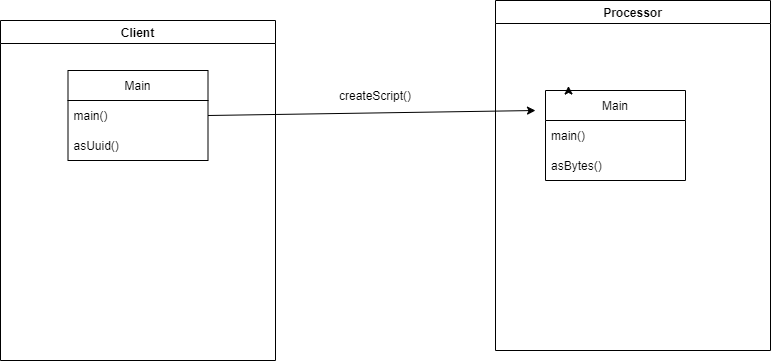
danierodrigues/Sistemas-Distribuidos-Java keeps this draw.io diagram as architecture/sprint1.png. Above is the earlier version. Source tidied: cells renumbered, new cells last; positions are measured from the earlier drawing's top-left corner, leaving out a move shared by most shapes. Its diagram source:
```xml
<mxGraphModel>
  <root>
    <mxCell id="0" />
    <mxCell id="1" parent="0" />
    <mxCell id="2" value="Client" style="swimlane;fontColor=#000000;" parent="1" vertex="1">
      <mxGeometry y="20" width="275" height="340" as="geometry" />
    </mxCell>
    <mxCell id="3" value="Main" style="swimlane;fontStyle=0;horizontal=1;startSize=30;" parent="2" vertex="1">
      <mxGeometry x="67.5" y="50" width="140" height="90" as="geometry" />
    </mxCell>
    <mxCell id="4" value="main()   " style="text;strokeColor=none;fillColor=none;align=left;verticalAlign=middle;spacingLeft=4;spacingRight=4;overflow=hidden;points=[[0,0.5],[1,0.5]];portConstraint=eastwest;" parent="3" vertex="1">
      <mxGeometry y="30" width="140" height="30" as="geometry" />
    </mxCell>
    <mxCell id="5" value="asUuid()" style="text;strokeColor=none;fillColor=none;align=left;verticalAlign=middle;spacingLeft=4;spacingRight=4;overflow=hidden;" parent="3" vertex="1">
      <mxGeometry y="60" width="140" height="30" as="geometry" />
    </mxCell>
    <mxCell id="6" value="createScript()" style="text;html=1;strokeColor=none;fillColor=none;align=center;verticalAlign=middle;whiteSpace=wrap;rounded=0;fontColor=#000000;rotation=0;" parent="1" vertex="1">
      <mxGeometry x="345" y="80" width="60" height="30" as="geometry" />
    </mxCell>
    <mxCell id="7" style="endArrow=classic;html=1;rounded=0;fontColor=#000000;strokeColor=#000000;exitX=1;exitY=0.5;exitDx=0;exitDy=0;" parent="1" edge="1" source="4">
      <mxGeometry relative="1" as="geometry">
        <mxPoint x="535" y="110" as="targetPoint" />
      </mxGeometry>
    </mxCell>
    <mxCell id="8" value="Processor" style="swimlane;fontColor=#000000;" parent="1" vertex="1">
      <mxGeometry x="495" width="275" height="350" as="geometry" />
    </mxCell>
    <mxCell id="9" value="Main" style="swimlane;fontStyle=0;horizontal=1;startSize=30;" parent="8" vertex="1">
      <mxGeometry x="50" y="90" width="140" height="90" as="geometry" />
    </mxCell>
    <mxCell id="10" value="main()   " style="text;strokeColor=none;fillColor=none;align=left;verticalAlign=middle;spacingLeft=4;spacingRight=4;overflow=hidden;" parent="9" vertex="1">
      <mxGeometry y="30" width="140" height="30" as="geometry" />
    </mxCell>
    <mxCell id="11" value="asBytes()   " style="text;strokeColor=none;fillColor=none;align=left;verticalAlign=middle;spacingLeft=4;spacingRight=4;overflow=hidden;" parent="9" vertex="1">
      <mxGeometry y="60" width="140" height="30" as="geometry" />
    </mxCell>
    <mxCell id="12" style="edgeStyle=orthogonalEdgeStyle;rounded=0;orthogonalLoop=1;jettySize=auto;html=1;exitX=0.25;exitY=0;exitDx=0;exitDy=0;entryX=0.164;entryY=-0.05;entryDx=0;entryDy=0;entryPerimeter=0;" parent="8" edge="1" source="9" target="9">
      <mxGeometry relative="1" as="geometry" />
    </mxCell>
  </root>
</mxGraphModel>
```
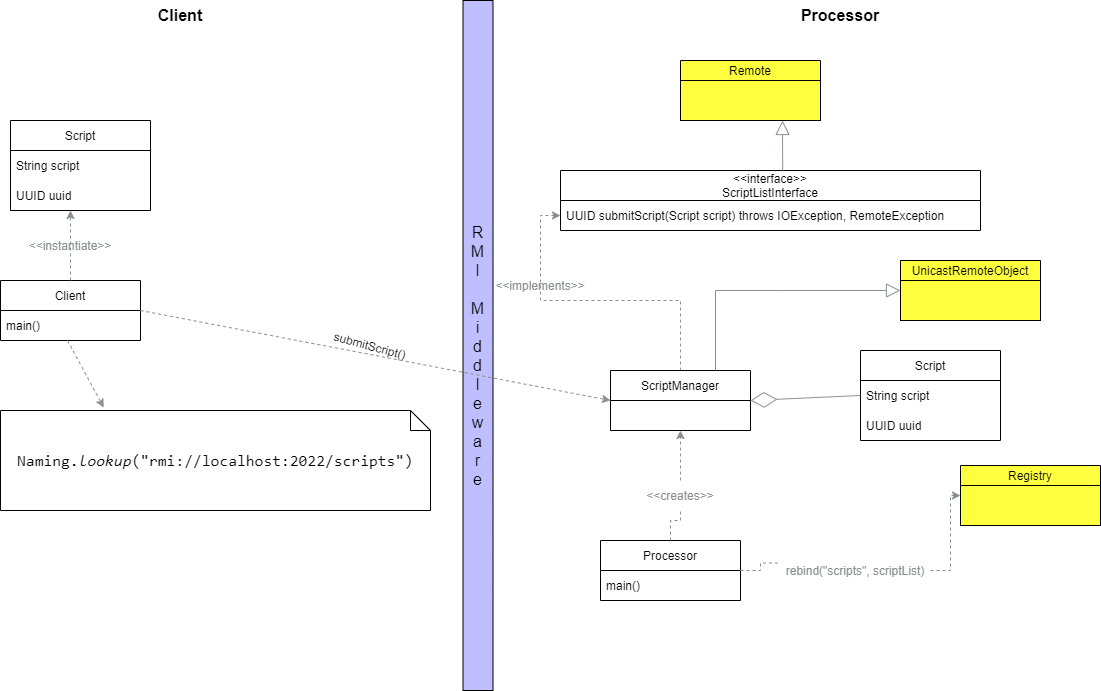
Above is the later version.

Commit message:
Changed client and processor to RMI

What changed in the source:
```diff
@@ -2,40 +2,141 @@
   <root>
     <mxCell id="0" />
     <mxCell id="1" parent="0" />
-    <mxCell id="2" value="Client" style="swimlane;fontColor=#000000;" parent="1" vertex="1">
-      <mxGeometry y="20" width="275" height="340" as="geometry" />
-    </mxCell>
+    <mxCell id="6" value="submitScript()" style="text;html=1;strokeColor=none;fillColor=none;align=center;verticalAlign=middle;whiteSpace=wrap;rounded=0;fontColor=#000000;rotation=15;" parent="1" vertex="1">
+      <mxGeometry x="345" y="260" width="60" height="30" as="geometry" />
+    </mxCell>
-    <mxCell id="3" value="Main" style="swimlane;fontStyle=0;horizontal=1;startSize=30;" parent="2" vertex="1">
-      <mxGeometry x="67.5" y="50" width="140" height="90" as="geometry" />
+    <mxCell id="3" value="Client" style="swimlane;fontStyle=0;horizontal=1;startSize=30;" parent="1" vertex="1">
+      <mxGeometry x="5" y="210" width="140" height="60" as="geometry" />
     </mxCell>
     <mxCell id="4" value="main()   " style="text;strokeColor=none;fillColor=none;align=left;verticalAlign=middle;spacingLeft=4;spacingRight=4;overflow=hidden;points=[[0,0.5],[1,0.5]];portConstraint=eastwest;" parent="3" vertex="1">
       <mxGeometry y="30" width="140" height="30" as="geometry" />
     </mxCell>
-    <mxCell id="5" value="asUuid()" style="text;strokeColor=none;fillColor=none;align=left;verticalAlign=middle;spacingLeft=4;spacingRight=4;overflow=hidden;" parent="3" vertex="1">
-      <mxGeometry y="60" width="140" height="30" as="geometry" />
-    </mxCell>
-    <mxCell id="6" value="createScript()" style="text;html=1;strokeColor=none;fillColor=none;align=center;verticalAlign=middle;whiteSpace=wrap;rounded=0;fontColor=#000000;rotation=0;" parent="1" vertex="1">
-      <mxGeometry x="345" y="80" width="60" height="30" as="geometry" />
-    </mxCell>
-    <mxCell id="7" style="endArrow=classic;html=1;rounded=0;fontColor=#000000;strokeColor=#000000;exitX=1;exitY=0.5;exitDx=0;exitDy=0;" parent="1" edge="1" source="4">
-      <mxGeometry relative="1" as="geometry">
-        <mxPoint x="535" y="110" as="targetPoint" />
-      </mxGeometry>
-    </mxCell>
-    <mxCell id="8" value="Processor" style="swimlane;fontColor=#000000;" parent="1" vertex="1">
-      <mxGeometry x="495" width="275" height="350" as="geometry" />
-    </mxCell>
-    <mxCell id="9" value="Main" style="swimlane;fontStyle=0;horizontal=1;startSize=30;" parent="8" vertex="1">
-      <mxGeometry x="50" y="90" width="140" height="90" as="geometry" />
-    </mxCell>
+    <mxCell id="2" value="Client" style="text;html=1;strokeColor=none;fillColor=none;align=center;verticalAlign=middle;whiteSpace=wrap;rounded=0;fontColor=#000000;rotation=0;fontSize=16;fontStyle=1;" parent="1" vertex="1">
+      <mxGeometry x="155" y="-70" width="60" height="30" as="geometry" />
+    </mxCell>
+    <mxCell id="13" value="Processor" style="text;html=1;strokeColor=none;fillColor=none;align=center;verticalAlign=middle;whiteSpace=wrap;rounded=0;fontColor=#000000;rotation=0;fontSize=16;fontStyle=1;" parent="1" vertex="1">
+      <mxGeometry x="815" y="-70" width="60" height="30" as="geometry" />
+    </mxCell>
+    <mxCell id="14" style="endArrow=classic;html=1;rounded=0;dashed=1;fontColor=#8d9091;labelBackgroundColor=#8d9091;strokeColor=#8d9091;" parent="1" edge="1">
+      <mxGeometry relative="1" as="geometry">
+        <mxPoint x="75" y="210" as="sourcePoint" />
+        <mxPoint x="75" y="140" as="targetPoint" />
+      </mxGeometry>
+    </mxCell>
+    <mxCell id="15" value="&amp;lt;&amp;lt;instantiate&amp;gt;&amp;gt;" style="text;html=1;strokeColor=none;fillColor=none;align=center;verticalAlign=middle;whiteSpace=wrap;rounded=0;fontColor=#8d9091;" parent="1" vertex="1">
+      <mxGeometry x="45" y="160" width="60" height="30" as="geometry" />
+    </mxCell>
+    <mxCell id="16" value="Script" style="swimlane;fontStyle=0;horizontal=1;startSize=30;" parent="1" vertex="1">
+      <mxGeometry x="15" y="50" width="140" height="90" as="geometry" />
+    </mxCell>
+    <mxCell id="17" value="String script" style="text;strokeColor=none;fillColor=none;align=left;verticalAlign=middle;spacingLeft=4;spacingRight=4;overflow=hidden;" parent="16" vertex="1">
+      <mxGeometry y="30" width="140" height="30" as="geometry" />
+    </mxCell>
+    <mxCell id="18" value="UUID uuid" style="text;strokeColor=none;fillColor=none;align=left;verticalAlign=middle;spacingLeft=4;spacingRight=4;overflow=hidden;" parent="16" vertex="1">
+      <mxGeometry y="60" width="140" height="30" as="geometry" />
+    </mxCell>
+    <mxCell id="19" value="&lt;pre style=&quot;font-family: &amp;#34;jetbrains mono&amp;#34; , monospace&quot;&gt;&lt;span style=&quot;background-color: rgb(255 , 255 , 255)&quot;&gt;&lt;font color=&quot;#000000&quot;&gt;Naming.&lt;span style=&quot;font-style: italic&quot;&gt;lookup&lt;/span&gt;(&quot;rmi://localhost:2022/scripts&quot;)&lt;/font&gt;&lt;/span&gt;&lt;/pre&gt;" style="shape=note;size=20;whiteSpace=wrap;html=1;fontSize=16;fontColor=#8d9091;" parent="1" vertex="1">
+      <mxGeometry x="5" y="340" width="430" height="100" as="geometry" />
+    </mxCell>
+    <mxCell id="20" style="endArrow=classic;html=1;rounded=0;dashed=1;fontColor=#8d9091;labelBackgroundColor=#8d9091;strokeColor=#8d9091;entryX=0.24;entryY=-0.03;entryDx=0;entryDy=0;entryPerimeter=0;exitX=0.479;exitY=1;exitDx=0;exitDy=0;exitPerimeter=0;" parent="1" edge="1" source="4" target="19">
+      <mxGeometry relative="1" as="geometry" />
+    </mxCell>
+    <mxCell id="21" style="rounded=0;whiteSpace=wrap;html=1;labelBackgroundColor=#bfbfff;fontSize=16;fontColor=#000000;fillColor=#bfbfff;" parent="1" vertex="1">
+      <mxGeometry x="467.5" y="-70" width="30" height="690" as="geometry" />
+    </mxCell>
+    <mxCell id="22" value="R&lt;br&gt;M&lt;br&gt;I&lt;br&gt;&lt;br&gt;M&lt;br&gt;i&lt;br&gt;d&lt;br&gt;d&lt;br&gt;l&lt;br&gt;e&lt;br&gt;w&lt;br&gt;a&lt;br&gt;r&lt;br&gt;e" style="text;html=1;strokeColor=none;fillColor=none;align=center;verticalAlign=middle;whiteSpace=wrap;rounded=0;labelBackgroundColor=#bfbfff;fontSize=16;fontColor=#000000;" parent="1" vertex="1">
+      <mxGeometry x="475" y="150" width="15" height="270" as="geometry" />
+    </mxCell>
+    <mxCell id="23" value="Processor" style="swimlane;fontStyle=0;horizontal=1;startSize=30;" parent="1" vertex="1">
+      <mxGeometry x="605" y="470" width="140" height="60" as="geometry" />
+    </mxCell>
-    <mxCell id="10" value="main()   " style="text;strokeColor=none;fillColor=none;align=left;verticalAlign=middle;spacingLeft=4;spacingRight=4;overflow=hidden;" parent="9" vertex="1">
+    <mxCell id="10" value="main()   " style="text;strokeColor=none;fillColor=none;align=left;verticalAlign=middle;spacingLeft=4;spacingRight=4;overflow=hidden;" parent="23" vertex="1">
       <mxGeometry y="30" width="140" height="30" as="geometry" />
     </mxCell>
-    <mxCell id="11" value="asBytes()   " style="text;strokeColor=none;fillColor=none;align=left;verticalAlign=middle;spacingLeft=4;spacingRight=4;overflow=hidden;" parent="9" vertex="1">
-      <mxGeometry y="60" width="140" height="30" as="geometry" />
-    </mxCell>
-    <mxCell id="12" style="edgeStyle=orthogonalEdgeStyle;rounded=0;orthogonalLoop=1;jettySize=auto;html=1;exitX=0.25;exitY=0;exitDx=0;exitDy=0;entryX=0.164;entryY=-0.05;entryDx=0;entryDy=0;entryPerimeter=0;" parent="8" edge="1" source="9" target="9">
-      <mxGeometry relative="1" as="geometry" />
-    </mxCell>
+    <mxCell id="24" value="Registry" style="swimlane;fontStyle=0;horizontal=1;startSize=20;fillColor=#ffff40;labelBackgroundColor=none;" parent="1" vertex="1">
+      <mxGeometry x="965" y="395" width="140" height="60" as="geometry" />
+    </mxCell>
+    <mxCell id="25" style="edgeStyle=orthogonalEdgeStyle;rounded=0;jettySize=auto;html=1;labelBackgroundColor=#8d9091;fontSize=16;fontColor=#000000;strokeColor=#8d9091;dashed=1;" parent="1" edge="1" source="26" target="28">
+      <mxGeometry relative="1" as="geometry" />
+    </mxCell>
+    <mxCell id="26" value="ScriptManager" style="swimlane;fontStyle=0;horizontal=1;startSize=30;" parent="1" vertex="1">
+      <mxGeometry x="615" y="300" width="140" height="60" as="geometry" />
+    </mxCell>
+    <mxCell id="27" value="&lt;&lt;interface&gt;&gt;&#10;ScriptListInterface" style="swimlane;fontStyle=0;horizontal=1;startSize=30;" parent="1" vertex="1">
+      <mxGeometry x="565" y="100" width="420" height="60" as="geometry" />
+    </mxCell>
+    <mxCell id="28" value="UUID submitScript(Script script) throws IOException, RemoteException" style="text;strokeColor=none;fillColor=none;align=left;verticalAlign=middle;spacingLeft=4;spacingRight=4;overflow=hidden;points=[[0,0.5],[1,0.5]];portConstraint=eastwest;" parent="27" vertex="1">
+      <mxGeometry y="30" width="420" height="30" as="geometry" />
+    </mxCell>
+    <mxCell id="29" value="Script" style="swimlane;fontStyle=0;horizontal=1;startSize=30;" parent="1" vertex="1">
+      <mxGeometry x="865" y="280" width="140" height="90" as="geometry" />
+    </mxCell>
+    <mxCell id="30" value="String script" style="text;strokeColor=none;fillColor=none;align=left;verticalAlign=middle;spacingLeft=4;spacingRight=4;overflow=hidden;points=[[0,0.5],[1,0.5]];portConstraint=eastwest;" parent="29" vertex="1">
+      <mxGeometry y="30" width="140" height="30" as="geometry" />
+    </mxCell>
+    <mxCell id="31" value="UUID uuid" style="text;strokeColor=none;fillColor=none;align=left;verticalAlign=middle;spacingLeft=4;spacingRight=4;overflow=hidden;" parent="29" vertex="1">
+      <mxGeometry y="60" width="140" height="30" as="geometry" />
+    </mxCell>
+    <mxCell id="32" style="whiteSpace=wrap;html=1;labelBackgroundColor=none;fontSize=16;fontColor=#000000;fillColor=#ffff40;" parent="1" vertex="1">
+      <mxGeometry x="965" y="415" width="140" height="40" as="geometry" />
+    </mxCell>
+    <mxCell id="33" value="UnicastRemoteObject" style="swimlane;fontStyle=0;horizontal=1;startSize=20;fillColor=#ffff40;labelBackgroundColor=none;" parent="1" vertex="1">
+      <mxGeometry x="905" y="190" width="140" height="60" as="geometry" />
+    </mxCell>
+    <mxCell id="34" style="whiteSpace=wrap;html=1;labelBackgroundColor=none;fontSize=16;fontColor=#000000;fillColor=#ffff40;" parent="1" vertex="1">
+      <mxGeometry x="905" y="210" width="140" height="40" as="geometry" />
+    </mxCell>
+    <mxCell id="35" value="Remote" style="swimlane;fontStyle=0;horizontal=1;startSize=20;fillColor=#ffff40;labelBackgroundColor=none;" parent="1" vertex="1">
+      <mxGeometry x="685" y="-10" width="140" height="60" as="geometry" />
+    </mxCell>
+    <mxCell id="36" style="whiteSpace=wrap;html=1;labelBackgroundColor=none;fontSize=16;fontColor=#000000;fillColor=#ffff40;" parent="1" vertex="1">
+      <mxGeometry x="685" y="10" width="140" height="40" as="geometry" />
+    </mxCell>
+    <mxCell id="37" style="endArrow=block;endFill=0;endSize=12;html=1;rounded=0;labelBackgroundColor=#8d9091;fontSize=16;fontColor=#000000;strokeColor=#8d9091;exitX=0.529;exitY=0;exitDx=0;exitDy=0;exitPerimeter=0;" parent="1" edge="1" source="27">
+      <mxGeometry relative="1" as="geometry">
+        <mxPoint x="787" y="50" as="targetPoint" />
+      </mxGeometry>
+    </mxCell>
+    <mxCell id="38" style="endArrow=block;endFill=0;endSize=12;html=1;rounded=0;labelBackgroundColor=#8d9091;fontSize=16;fontColor=#000000;strokeColor=#8d9091;entryX=0;entryY=0.25;entryDx=0;entryDy=0;exitX=0.75;exitY=0;exitDx=0;exitDy=0;" parent="1" edge="1" source="26" target="34">
+      <mxGeometry relative="1" as="geometry">
+        <Array as="points">
+          <mxPoint x="720" y="220" />
+          <mxPoint x="785" y="220" />
+        </Array>
+      </mxGeometry>
+    </mxCell>
+    <mxCell id="39" style="endArrow=diamondThin;endFill=0;endSize=24;html=1;rounded=0;labelBackgroundColor=#8d9091;fontSize=16;fontColor=#000000;strokeColor=#8d9091;entryX=1;entryY=0.5;entryDx=0;entryDy=0;exitX=0;exitY=0.5;exitDx=0;exitDy=0;" parent="1" edge="1" source="30" target="26">
+      <mxGeometry relative="1" as="geometry" />
+    </mxCell>
+    <mxCell id="40" style="edgeStyle=orthogonalEdgeStyle;rounded=0;jettySize=auto;html=1;labelBackgroundColor=#8d9091;fontSize=16;fontColor=#000000;strokeColor=#8d9091;dashed=1;exitX=0.5;exitY=0;exitDx=0;exitDy=0;startArrow=none;" parent="1" edge="1" source="43">
+      <mxGeometry relative="1" as="geometry">
+        <mxPoint x="685" y="360" as="targetPoint" />
+      </mxGeometry>
+    </mxCell>
+    <mxCell id="41" style="edgeStyle=orthogonalEdgeStyle;rounded=0;jettySize=auto;html=1;labelBackgroundColor=#8d9091;fontSize=16;fontColor=#000000;strokeColor=#8d9091;dashed=1;exitX=1;exitY=0.5;exitDx=0;exitDy=0;entryX=0;entryY=0.25;entryDx=0;entryDy=0;startArrow=none;" parent="1" edge="1" source="45" target="32">
+      <mxGeometry relative="1" as="geometry">
+        <Array as="points">
+          <mxPoint x="955" y="425" />
+        </Array>
+      </mxGeometry>
+    </mxCell>
+    <mxCell id="42" value="&amp;lt;&amp;lt;implements&amp;gt;&amp;gt;" style="text;html=1;strokeColor=none;fillColor=none;align=center;verticalAlign=middle;whiteSpace=wrap;rounded=0;fontColor=#8d9091;" parent="1" vertex="1">
+      <mxGeometry x="515" y="200" width="60" height="30" as="geometry" />
+    </mxCell>
+    <mxCell id="43" value="&amp;lt;&amp;lt;creates&amp;gt;&amp;gt;" style="text;html=1;strokeColor=none;fillColor=none;align=center;verticalAlign=middle;whiteSpace=wrap;rounded=0;fontColor=#8d9091;" parent="1" vertex="1">
+      <mxGeometry x="655" y="410" width="60" height="30" as="geometry" />
+    </mxCell>
+    <mxCell id="44" style="edgeStyle=orthogonalEdgeStyle;rounded=0;jettySize=auto;html=1;labelBackgroundColor=#8d9091;fontSize=16;fontColor=#000000;strokeColor=#8d9091;dashed=1;exitX=0.5;exitY=0;exitDx=0;exitDy=0;endArrow=none;" parent="1" edge="1" source="23" target="43">
+      <mxGeometry relative="1" as="geometry" />
+    </mxCell>
+    <mxCell id="45" value="rebind(&quot;scripts&quot;, scriptList)" style="text;html=1;strokeColor=none;fillColor=none;align=center;verticalAlign=middle;whiteSpace=wrap;rounded=0;fontColor=#8d9091;" parent="1" vertex="1">
+      <mxGeometry x="785" y="485" width="150" height="30" as="geometry" />
+    </mxCell>
+    <mxCell id="46" style="edgeStyle=orthogonalEdgeStyle;rounded=0;jettySize=auto;html=1;labelBackgroundColor=#8d9091;fontSize=16;fontColor=#000000;strokeColor=#8d9091;dashed=1;exitX=1;exitY=0.5;exitDx=0;exitDy=0;entryX=0;entryY=0.25;entryDx=0;entryDy=0;endArrow=none;" parent="1" edge="1" source="23" target="45">
+      <mxGeometry relative="1" as="geometry" />
+    </mxCell>
+    <mxCell id="47" style="endArrow=classic;html=1;rounded=0;dashed=1;fontColor=#8d9091;labelBackgroundColor=#8d9091;strokeColor=#8d9091;entryX=0;entryY=0.5;entryDx=0;entryDy=0;exitX=1;exitY=0.5;exitDx=0;exitDy=0;" parent="1" edge="1" source="3" target="26">
+      <mxGeometry relative="1" as="geometry" />
+    </mxCell>
   </root>
 </mxGraphModel>
```
